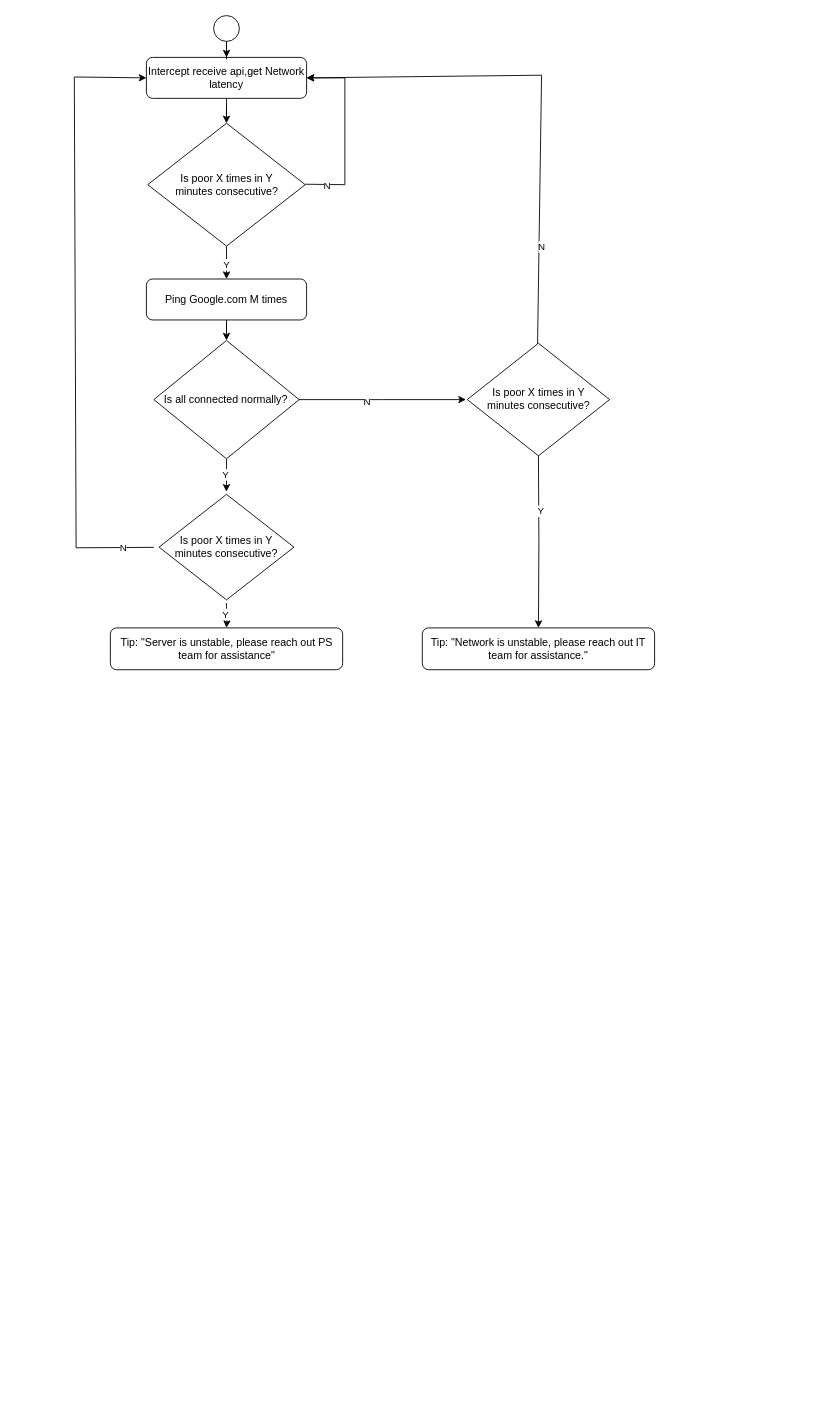
Above: 未命名绘图.drawio in kekobin/axletree (draw.io), before the change. Source tidied: cells renumbered, new cells numbered last; positions are measured from the earlier drawing's top-left corner, leaving out a move shared by most shapes. Both pictures are drawn from the tidied source at 89%, with x=0, y=0 at pixel (74, 15).
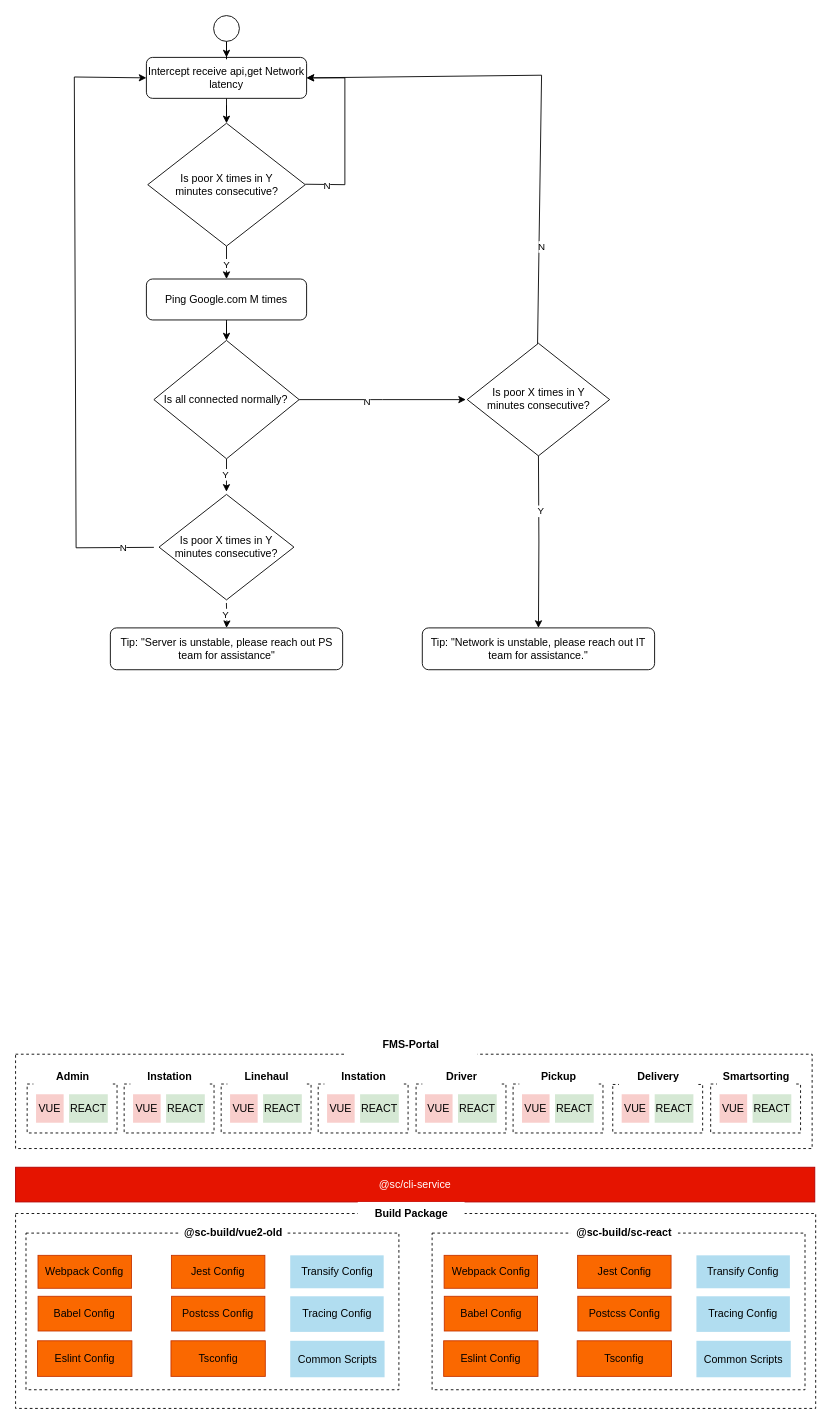
The same diagram, later.

What changed in the source:
```diff
@@
+    <mxCell id="30" style="rounded=0;whiteSpace=wrap;html=1;dashed=1;" parent="1" vertex="1">
+      <mxGeometry x="-66" y="1346" width="899" height="219" as="geometry" />
+    </mxCell>
+    <mxCell id="31" style="rounded=0;whiteSpace=wrap;html=1;dashed=1;" parent="1" vertex="1">
+      <mxGeometry x="-54.3" y="1368" width="419" height="176" as="geometry" />
+    </mxCell>
+    <mxCell id="32" style="rounded=0;whiteSpace=wrap;html=1;dashed=1;" parent="1" vertex="1">
+      <mxGeometry x="-66" y="1167" width="895" height="106" as="geometry" />
+    </mxCell>
+    <mxCell id="33" style="rounded=0;whiteSpace=wrap;html=1;dashed=1;" parent="1" vertex="1">
+      <mxGeometry x="56" y="1200.5" width="101" height="55" as="geometry" />
+    </mxCell>
@@
+    <mxCell id="34" value="VUE" style="rounded=0;whiteSpace=wrap;html=1;fillColor=#f8cecc;strokeColor=none;" parent="1" vertex="1">
+      <mxGeometry x="66" y="1212" width="31" height="32" as="geometry" />
+    </mxCell>
+    <mxCell id="35" value="REACT" style="rounded=0;whiteSpace=wrap;html=1;fillColor=#d5e8d4;strokeColor=none;" parent="1" vertex="1">
+      <mxGeometry x="103.1" y="1212" width="43.5" height="32" as="geometry" />
+    </mxCell>
+    <mxCell id="36" value="&lt;b&gt;&lt;font style=&quot;font-size: 12px;&quot;&gt;Instation&lt;/font&gt;&lt;/b&gt;" style="rounded=0;whiteSpace=wrap;html=1;strokeColor=none;" parent="1" vertex="1">
+      <mxGeometry x="63" y="1178" width="89" height="29" as="geometry" />
+    </mxCell>
+    <mxCell id="37" style="rounded=0;whiteSpace=wrap;html=1;dashed=1;" parent="1" vertex="1">
+      <mxGeometry x="165" y="1200.5" width="101" height="55" as="geometry" />
+    </mxCell>
+    <mxCell id="38" value="VUE" style="rounded=0;whiteSpace=wrap;html=1;fillColor=#f8cecc;strokeColor=none;" parent="1" vertex="1">
+      <mxGeometry x="175" y="1212" width="31" height="32" as="geometry" />
+    </mxCell>
+    <mxCell id="39" value="REACT" style="rounded=0;whiteSpace=wrap;html=1;fillColor=#d5e8d4;strokeColor=none;" parent="1" vertex="1">
+      <mxGeometry x="212.1" y="1212" width="43.5" height="32" as="geometry" />
+    </mxCell>
+    <mxCell id="40" value="&lt;b&gt;&lt;font style=&quot;font-size: 12px;&quot;&gt;Linehaul&lt;/font&gt;&lt;/b&gt;" style="rounded=0;whiteSpace=wrap;html=1;strokeColor=none;" parent="1" vertex="1">
+      <mxGeometry x="172" y="1178" width="89" height="29" as="geometry" />
+    </mxCell>
+    <mxCell id="41" style="rounded=0;whiteSpace=wrap;html=1;dashed=1;" parent="1" vertex="1">
+      <mxGeometry x="274" y="1200.5" width="101" height="55" as="geometry" />
+    </mxCell>
+    <mxCell id="42" value="VUE" style="rounded=0;whiteSpace=wrap;html=1;fillColor=#f8cecc;strokeColor=none;" parent="1" vertex="1">
+      <mxGeometry x="284" y="1212" width="31" height="32" as="geometry" />
+    </mxCell>
+    <mxCell id="43" value="REACT" style="rounded=0;whiteSpace=wrap;html=1;fillColor=#d5e8d4;strokeColor=none;" parent="1" vertex="1">
+      <mxGeometry x="321.1" y="1212" width="43.5" height="32" as="geometry" />
+    </mxCell>
+    <mxCell id="44" value="&lt;b&gt;&lt;font style=&quot;font-size: 12px;&quot;&gt;Instation&lt;/font&gt;&lt;/b&gt;" style="rounded=0;whiteSpace=wrap;html=1;strokeColor=none;" parent="1" vertex="1">
+      <mxGeometry x="281" y="1178" width="89" height="29" as="geometry" />
+    </mxCell>
+    <mxCell id="45" style="rounded=0;whiteSpace=wrap;html=1;dashed=1;" parent="1" vertex="1">
+      <mxGeometry x="384" y="1200.5" width="101" height="55" as="geometry" />
+    </mxCell>
+    <mxCell id="46" value="VUE" style="rounded=0;whiteSpace=wrap;html=1;fillColor=#f8cecc;strokeColor=none;" parent="1" vertex="1">
+      <mxGeometry x="394" y="1212" width="31" height="32" as="geometry" />
+    </mxCell>
+    <mxCell id="47" value="REACT" style="rounded=0;whiteSpace=wrap;html=1;fillColor=#d5e8d4;strokeColor=none;" parent="1" vertex="1">
+      <mxGeometry x="431.1" y="1212" width="43.5" height="32" as="geometry" />
+    </mxCell>
+    <mxCell id="48" value="&lt;b&gt;&lt;font style=&quot;font-size: 12px;&quot;&gt;Driver&lt;/font&gt;&lt;/b&gt;" style="rounded=0;whiteSpace=wrap;html=1;strokeColor=none;" parent="1" vertex="1">
+      <mxGeometry x="391" y="1178" width="89" height="29" as="geometry" />
+    </mxCell>
+    <mxCell id="49" style="rounded=0;whiteSpace=wrap;html=1;dashed=1;" parent="1" vertex="1">
+      <mxGeometry x="493" y="1200.5" width="101" height="55" as="geometry" />
+    </mxCell>
+    <mxCell id="50" value="VUE" style="rounded=0;whiteSpace=wrap;html=1;fillColor=#f8cecc;strokeColor=none;" parent="1" vertex="1">
+      <mxGeometry x="503" y="1212" width="31" height="32" as="geometry" />
+    </mxCell>
+    <mxCell id="51" value="REACT" style="rounded=0;whiteSpace=wrap;html=1;fillColor=#d5e8d4;strokeColor=none;" parent="1" vertex="1">
+      <mxGeometry x="540.1" y="1212" width="43.5" height="32" as="geometry" />
+    </mxCell>
+    <mxCell id="52" value="&lt;b&gt;&lt;font style=&quot;font-size: 12px;&quot;&gt;Pickup&lt;/font&gt;&lt;/b&gt;" style="rounded=0;whiteSpace=wrap;html=1;strokeColor=none;" parent="1" vertex="1">
+      <mxGeometry x="500" y="1178" width="89" height="29" as="geometry" />
+    </mxCell>
+    <mxCell id="53" style="rounded=0;whiteSpace=wrap;html=1;dashed=1;" parent="1" vertex="1">
+      <mxGeometry x="-53" y="1200.5" width="101" height="55" as="geometry" />
+    </mxCell>
+    <mxCell id="54" value="VUE" style="rounded=0;whiteSpace=wrap;html=1;fillColor=#f8cecc;strokeColor=none;" parent="1" vertex="1">
+      <mxGeometry x="-43" y="1212" width="31" height="32" as="geometry" />
+    </mxCell>
+    <mxCell id="55" value="REACT" style="rounded=0;whiteSpace=wrap;html=1;fillColor=#d5e8d4;strokeColor=none;" parent="1" vertex="1">
+      <mxGeometry x="-5.9" y="1212" width="43.5" height="32" as="geometry" />
+    </mxCell>
+    <mxCell id="56" value="&lt;b&gt;&lt;font style=&quot;font-size: 12px;&quot;&gt;Admin&lt;/font&gt;&lt;/b&gt;" style="rounded=0;whiteSpace=wrap;html=1;strokeColor=none;" parent="1" vertex="1">
+      <mxGeometry x="-46" y="1178" width="89" height="29" as="geometry" />
+    </mxCell>
+    <mxCell id="57" style="rounded=0;whiteSpace=wrap;html=1;dashed=1;" parent="1" vertex="1">
+      <mxGeometry x="605" y="1201" width="101" height="54.5" as="geometry" />
+    </mxCell>
+    <mxCell id="58" value="VUE" style="rounded=0;whiteSpace=wrap;html=1;fillColor=#f8cecc;strokeColor=none;" parent="1" vertex="1">
+      <mxGeometry x="615" y="1212" width="31" height="32" as="geometry" />
+    </mxCell>
+    <mxCell id="59" value="REACT" style="rounded=0;whiteSpace=wrap;html=1;fillColor=#d5e8d4;strokeColor=none;" parent="1" vertex="1">
+      <mxGeometry x="652.1" y="1212" width="43.5" height="32" as="geometry" />
+    </mxCell>
+    <mxCell id="60" value="&lt;b&gt;&lt;font style=&quot;font-size: 12px;&quot;&gt;Delivery&lt;/font&gt;&lt;/b&gt;" style="rounded=0;whiteSpace=wrap;html=1;strokeColor=none;" parent="1" vertex="1">
+      <mxGeometry x="612" y="1178" width="89" height="29" as="geometry" />
+    </mxCell>
+    <mxCell id="61" style="rounded=0;whiteSpace=wrap;html=1;dashed=1;" parent="1" vertex="1">
+      <mxGeometry x="715" y="1200.5" width="101" height="55" as="geometry" />
+    </mxCell>
+    <mxCell id="62" value="VUE" style="rounded=0;whiteSpace=wrap;html=1;fillColor=#f8cecc;strokeColor=none;" parent="1" vertex="1">
+      <mxGeometry x="725" y="1212" width="31" height="32" as="geometry" />
+    </mxCell>
+    <mxCell id="63" value="REACT" style="rounded=0;whiteSpace=wrap;html=1;fillColor=#d5e8d4;strokeColor=none;" parent="1" vertex="1">
+      <mxGeometry x="762.1" y="1212" width="43.5" height="32" as="geometry" />
+    </mxCell>
+    <mxCell id="64" value="&lt;b&gt;&lt;font style=&quot;font-size: 12px;&quot;&gt;Smartsorting&lt;/font&gt;&lt;/b&gt;" style="rounded=0;whiteSpace=wrap;html=1;strokeColor=none;" parent="1" vertex="1">
+      <mxGeometry x="722" y="1178" width="89" height="29" as="geometry" />
+    </mxCell>
+    <mxCell id="65" value="&lt;b&gt;FMS-Portal&lt;/b&gt;" style="rounded=0;whiteSpace=wrap;html=1;strokeColor=none;" parent="1" vertex="1">
+      <mxGeometry x="304" y="1135" width="149" height="43" as="geometry" />
+    </mxCell>
+    <mxCell id="66" value="Jest Config" style="rounded=0;whiteSpace=wrap;html=1;fillColor=#fa6800;strokeColor=#C73500;fontColor=#000000;" parent="1" vertex="1">
+      <mxGeometry x="109.1" y="1393" width="105" height="37" as="geometry" />
+    </mxCell>
+    <mxCell id="67" value="Postcss Config" style="rounded=0;whiteSpace=wrap;html=1;fillColor=#fa6800;strokeColor=#C73500;fontColor=#000000;" parent="1" vertex="1">
+      <mxGeometry x="109.3" y="1439" width="104.8" height="39" as="geometry" />
+    </mxCell>
+    <mxCell id="68" value="Tsconfig" style="rounded=0;whiteSpace=wrap;html=1;fillColor=#fa6800;strokeColor=#C73500;fontColor=#000000;" parent="1" vertex="1">
+      <mxGeometry x="108.6" y="1489" width="106" height="40" as="geometry" />
+    </mxCell>
+    <mxCell id="69" value="Transify Config" style="rounded=0;whiteSpace=wrap;html=1;fillColor=#b1ddf0;strokeColor=none;" parent="1" vertex="1">
+      <mxGeometry x="242.6" y="1393" width="105" height="37" as="geometry" />
+    </mxCell>
+    <mxCell id="70" value="Common Scripts" style="rounded=0;whiteSpace=wrap;html=1;fillColor=#b1ddf0;strokeColor=none;" parent="1" vertex="1">
+      <mxGeometry x="242.6" y="1489" width="106" height="41" as="geometry" />
+    </mxCell>
+    <mxCell id="71" value="Tracing Config" style="rounded=0;whiteSpace=wrap;html=1;fillColor=#b1ddf0;strokeColor=none;" parent="1" vertex="1">
+      <mxGeometry x="242.6" y="1439" width="105" height="40" as="geometry" />
+    </mxCell>
+    <mxCell id="72" value="&lt;b&gt;@sc-build/vue2-old&lt;/b&gt;" style="rounded=0;whiteSpace=wrap;html=1;strokeColor=none;" parent="1" vertex="1">
+      <mxGeometry x="119" y="1351" width="120" height="33" as="geometry" />
+    </mxCell>
+    <mxCell id="73" value="@sc/cli-service" style="rounded=0;whiteSpace=wrap;html=1;fillColor=#e51400;strokeColor=#B20000;fontColor=#ffffff;" parent="1" vertex="1">
+      <mxGeometry x="-66" y="1294" width="898" height="39" as="geometry" />
+    </mxCell>
+    <mxCell id="74" value="&lt;b&gt;Build Package&lt;/b&gt;" style="rounded=0;whiteSpace=wrap;html=1;strokeColor=none;" parent="1" vertex="1">
+      <mxGeometry x="318.5" y="1333" width="120" height="25" as="geometry" />
+    </mxCell>
+    <mxCell id="75" value="Webpack Config" style="rounded=0;whiteSpace=wrap;html=1;fillColor=#fa6800;strokeColor=#C73500;fontColor=#000000;" parent="1" vertex="1">
+      <mxGeometry x="-40.8" y="1393" width="105" height="37" as="geometry" />
+    </mxCell>
+    <mxCell id="76" value="Babel Config" style="rounded=0;whiteSpace=wrap;html=1;fillColor=#fa6800;strokeColor=#C73500;fontColor=#000000;" parent="1" vertex="1">
+      <mxGeometry x="-40.7" y="1439" width="104.8" height="39" as="geometry" />
+    </mxCell>
+    <mxCell id="77" value="Eslint Config" style="rounded=0;whiteSpace=wrap;html=1;fillColor=#fa6800;strokeColor=#C73500;fontColor=#000000;" parent="1" vertex="1">
+      <mxGeometry x="-41.3" y="1489" width="106" height="40" as="geometry" />
+    </mxCell>
+    <mxCell id="78" style="rounded=0;whiteSpace=wrap;html=1;dashed=1;" parent="1" vertex="1">
+      <mxGeometry x="402" y="1368" width="419" height="176" as="geometry" />
+    </mxCell>
+    <mxCell id="79" value="Jest Config" style="rounded=0;whiteSpace=wrap;html=1;fillColor=#fa6800;strokeColor=#C73500;fontColor=#000000;" parent="1" vertex="1">
+      <mxGeometry x="565.5" y="1393" width="105" height="37" as="geometry" />
+    </mxCell>
+    <mxCell id="80" value="Postcss Config" style="rounded=0;whiteSpace=wrap;html=1;fillColor=#fa6800;strokeColor=#C73500;fontColor=#000000;" parent="1" vertex="1">
+      <mxGeometry x="565.7" y="1439" width="104.8" height="39" as="geometry" />
+    </mxCell>
+    <mxCell id="81" value="Tsconfig" style="rounded=0;whiteSpace=wrap;html=1;fillColor=#fa6800;strokeColor=#C73500;fontColor=#000000;" parent="1" vertex="1">
+      <mxGeometry x="565" y="1489" width="106" height="40" as="geometry" />
+    </mxCell>
+    <mxCell id="82" value="Transify Config" style="rounded=0;whiteSpace=wrap;html=1;fillColor=#b1ddf0;strokeColor=none;" parent="1" vertex="1">
+      <mxGeometry x="699" y="1393" width="105" height="37" as="geometry" />
+    </mxCell>
+    <mxCell id="83" value="Common Scripts" style="rounded=0;whiteSpace=wrap;html=1;fillColor=#b1ddf0;strokeColor=none;" parent="1" vertex="1">
+      <mxGeometry x="699" y="1489" width="106" height="41" as="geometry" />
+    </mxCell>
+    <mxCell id="84" value="Tracing Config" style="rounded=0;whiteSpace=wrap;html=1;fillColor=#b1ddf0;strokeColor=none;" parent="1" vertex="1">
+      <mxGeometry x="699" y="1439" width="105" height="40" as="geometry" />
+    </mxCell>
+    <mxCell id="85" value="&lt;b&gt;@sc-build/sc-react&lt;br&gt;&lt;/b&gt;" style="rounded=0;whiteSpace=wrap;html=1;strokeColor=none;" parent="1" vertex="1">
+      <mxGeometry x="558.1" y="1351" width="120" height="33" as="geometry" />
+    </mxCell>
+    <mxCell id="86" value="Webpack Config" style="rounded=0;whiteSpace=wrap;html=1;fillColor=#fa6800;strokeColor=#C73500;fontColor=#000000;" parent="1" vertex="1">
+      <mxGeometry x="415.5" y="1393" width="105" height="37" as="geometry" />
+    </mxCell>
+    <mxCell id="87" value="Babel Config" style="rounded=0;whiteSpace=wrap;html=1;fillColor=#fa6800;strokeColor=#C73500;fontColor=#000000;" parent="1" vertex="1">
+      <mxGeometry x="415.7" y="1439" width="104.8" height="39" as="geometry" />
+    </mxCell>
+    <mxCell id="88" value="Eslint Config" style="rounded=0;whiteSpace=wrap;html=1;fillColor=#fa6800;strokeColor=#C73500;fontColor=#000000;" parent="1" vertex="1">
+      <mxGeometry x="415" y="1489" width="106" height="40" as="geometry" />
+    </mxCell>
```
